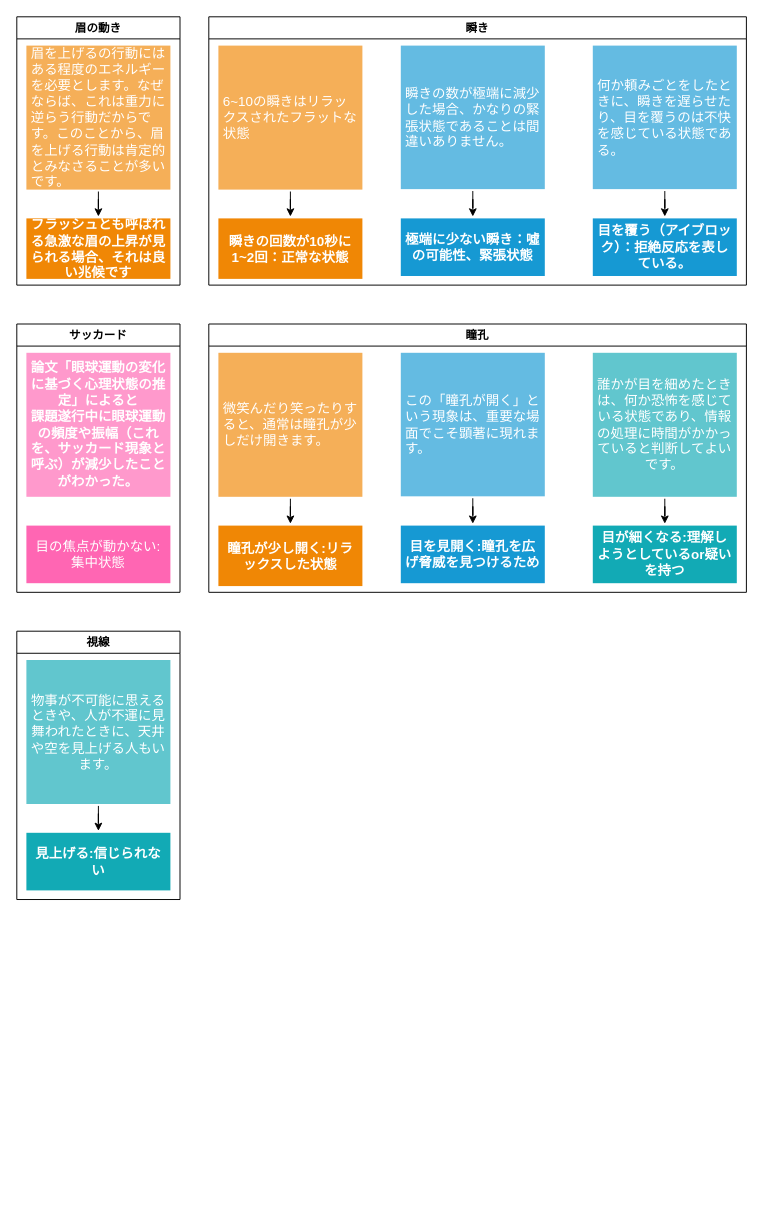
Before: 1000real/parts.drawio in minegishirei/psy_drawio, a draw.io diagram. Source tidied: cells renumbered, new cells numbered last; positions are measured from the earlier drawing's top-left corner, leaving out a move shared by most shapes. Both pictures are drawn from the tidied source at 96%, with x=0, y=0 at pixel (16, 16).
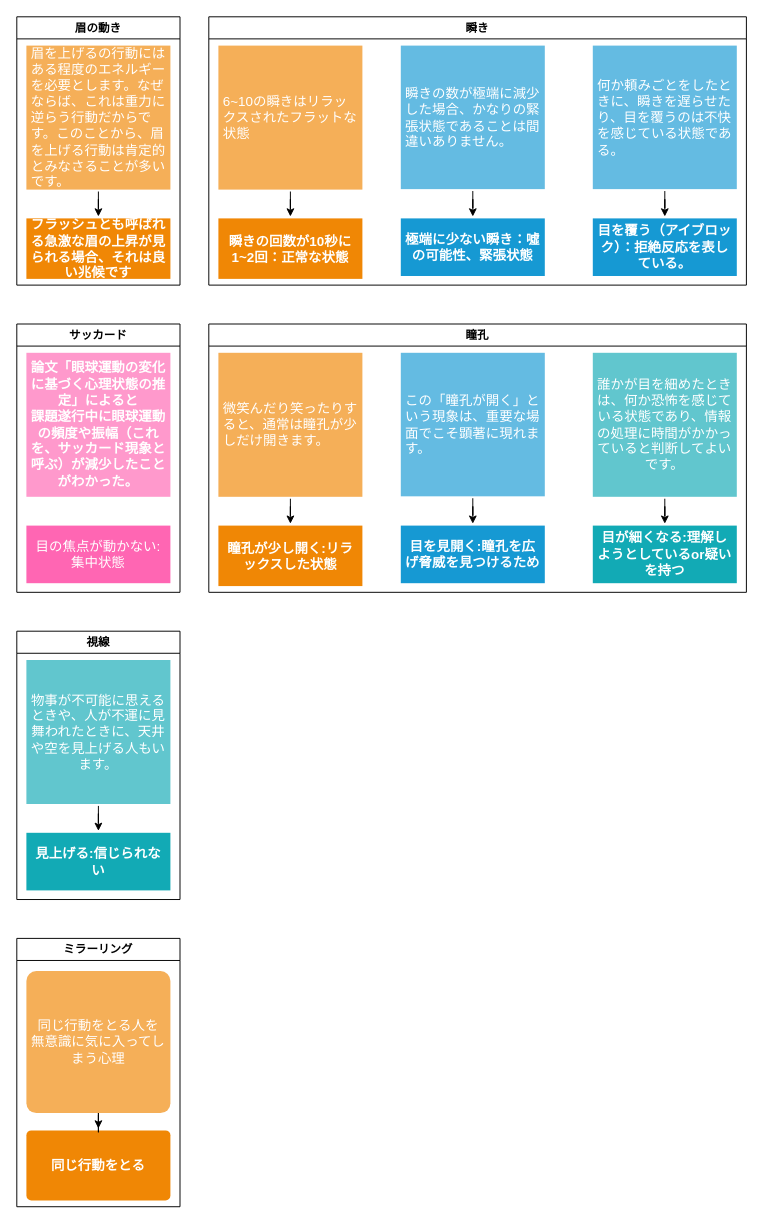
The same diagram, later.

Diff of the diagram source:
```diff
@@
+    <mxCell id="33" value="ミラーリング" style="swimlane;whiteSpace=wrap;html=1;" parent="1" vertex="1">
+      <mxGeometry y="960" width="170" height="279.5" as="geometry" />
+    </mxCell>
+    <mxCell id="34" value="同じ行動をとる" style="rounded=1;whiteSpace=wrap;html=1;shadow=0;labelBackgroundColor=none;strokeColor=none;strokeWidth=3;fillColor=#F08705;fontFamily=Helvetica;fontSize=14;fontColor=#FFFFFF;align=center;spacing=5;fontStyle=1;arcSize=7;perimeterSpacing=2;" parent="33" vertex="1">
+      <mxGeometry x="10" y="200" width="150" height="73" as="geometry" />
+    </mxCell>
+    <mxCell id="35" style="edgeStyle=orthogonalEdgeStyle;rounded=0;jettySize=auto;html=1;" parent="33" edge="1" source="36" target="34">
+      <mxGeometry relative="1" as="geometry" />
+    </mxCell>
+    <mxCell id="36" value="同じ行動をとる人を&lt;br&gt;無意識に気に入ってしまう心理" style="rounded=1;whiteSpace=wrap;html=1;shadow=0;labelBackgroundColor=none;strokeColor=none;strokeWidth=3;fillColor=#f5af58;fontFamily=Helvetica;fontSize=14;fontColor=#FFFFFF;align=center;spacing=5;arcSize=7;perimeterSpacing=2;" parent="33" vertex="1">
+      <mxGeometry x="10" y="34" width="150" height="148" as="geometry" />
+    </mxCell>
```
